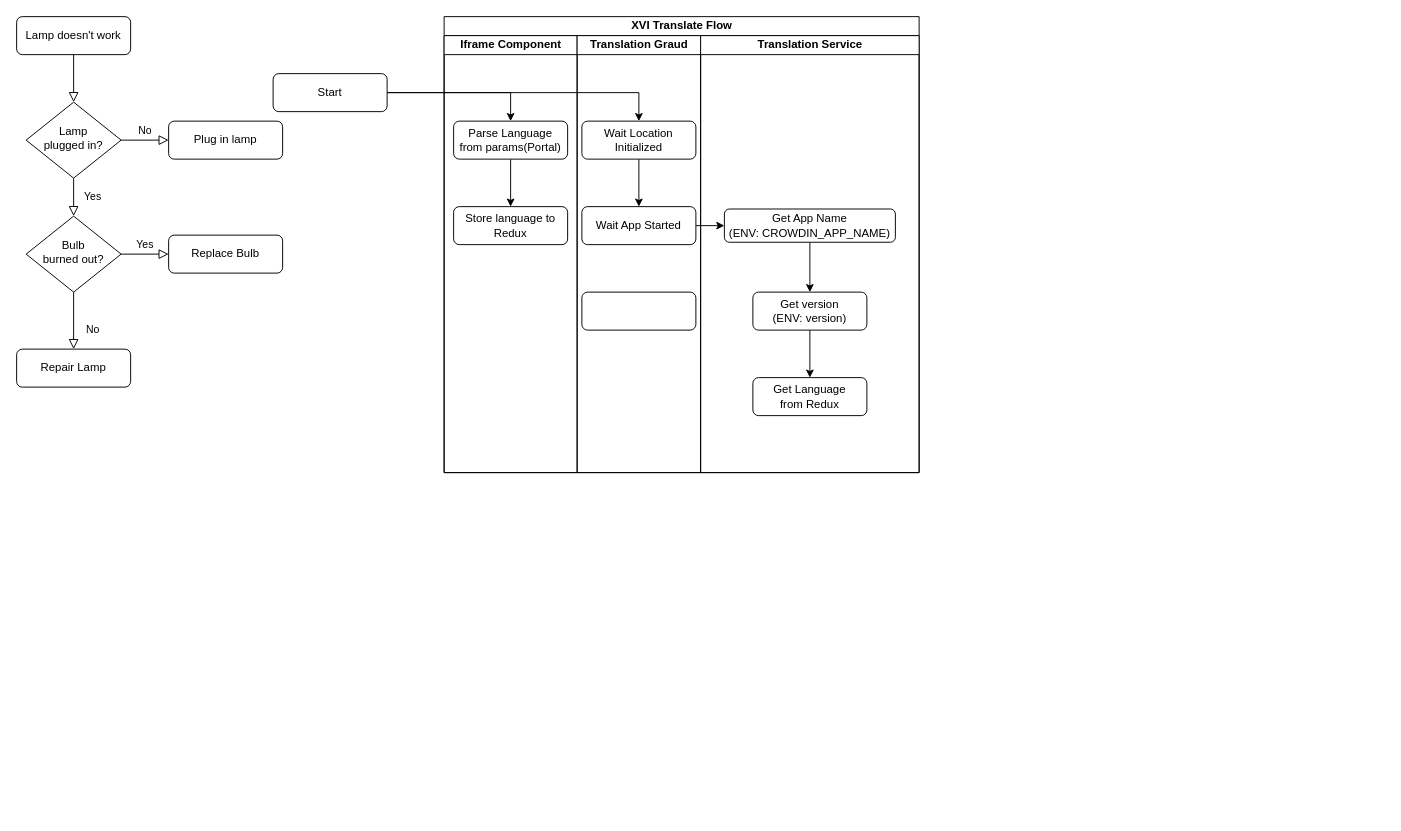
Above: XVI Translate Flow.drawio in SmileSB1O1/draw-active (draw.io), before the change. Source tidied: cells renumbered, new cells numbered last; positions are measured from the earlier drawing's top-left corner, leaving out a move shared by most shapes. Both pictures are drawn from the tidied source at 95%, with x=0, y=0 at pixel (16, 16).
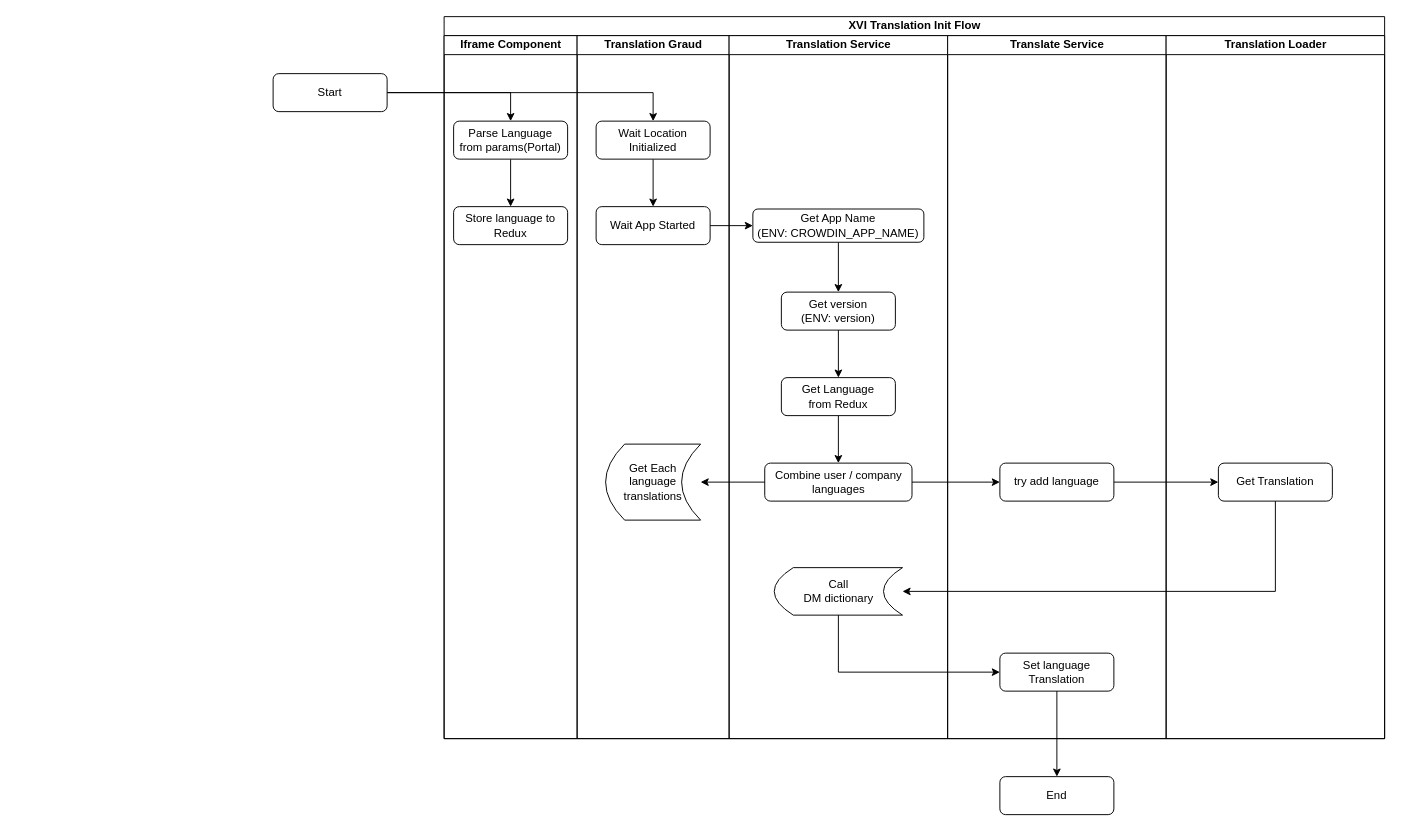
After the change.

Unchanged cells that the change refers to:
```xml
<mxCell id="28" value="Get Language&lt;div&gt;from Redux&lt;/div&gt;" style="rounded=1;whiteSpace=wrap;html=1;fontSize=12;glass=0;strokeWidth=1;shadow=0;" parent="23" vertex="1">
  <mxGeometry x="55" y="360" width="120" height="40" as="geometry" />
</mxCell>
```

Diff of the diagram source:
```diff
@@
-    <mxCell id="2" style="rounded=0;html=1;jettySize=auto;fontSize=11;endArrow=block;endFill=0;endSize=8;strokeWidth=1;shadow=0;labelBackgroundColor=none;edgeStyle=orthogonalEdgeStyle;" parent="1" edge="1" source="3" target="6">
-      <mxGeometry relative="1" as="geometry" />
-    </mxCell>
-    <mxCell id="3" value="Lamp doesn't work" style="rounded=1;whiteSpace=wrap;html=1;fontSize=12;glass=0;strokeWidth=1;shadow=0;" parent="1" vertex="1">
-      <mxGeometry width="120" height="40" as="geometry" />
-    </mxCell>
-    <mxCell id="4" value="Yes" style="rounded=0;html=1;jettySize=auto;fontSize=11;endArrow=block;endFill=0;endSize=8;strokeWidth=1;shadow=0;labelBackgroundColor=none;edgeStyle=orthogonalEdgeStyle;" parent="1" edge="1" source="6" target="10">
-      <mxGeometry y="20" relative="1" as="geometry" />
-    </mxCell>
-    <mxCell id="5" value="No" style="edgeStyle=orthogonalEdgeStyle;rounded=0;html=1;jettySize=auto;fontSize=11;endArrow=block;endFill=0;endSize=8;strokeWidth=1;shadow=0;labelBackgroundColor=none;" parent="1" edge="1" source="6" target="7">
-      <mxGeometry y="10" relative="1" as="geometry" />
-    </mxCell>
-    <mxCell id="6" value="Lamp&lt;br&gt;plugged in?" style="rhombus;whiteSpace=wrap;html=1;shadow=0;fontFamily=Helvetica;fontSize=12;align=center;strokeWidth=1;spacing=6;spacingTop=-4;" parent="1" vertex="1">
-      <mxGeometry x="10" y="90" width="100" height="80" as="geometry" />
-    </mxCell>
-    <mxCell id="7" value="Plug in lamp" style="rounded=1;whiteSpace=wrap;html=1;fontSize=12;glass=0;strokeWidth=1;shadow=0;" parent="1" vertex="1">
-      <mxGeometry x="160" y="110" width="120" height="40" as="geometry" />
-    </mxCell>
-    <mxCell id="8" value="No" style="rounded=0;html=1;jettySize=auto;fontSize=11;endArrow=block;endFill=0;endSize=8;strokeWidth=1;shadow=0;labelBackgroundColor=none;edgeStyle=orthogonalEdgeStyle;" parent="1" edge="1" source="10" target="11">
-      <mxGeometry x="0.33" y="20" relative="1" as="geometry" />
-    </mxCell>
-    <mxCell id="9" value="Yes" style="edgeStyle=orthogonalEdgeStyle;rounded=0;html=1;jettySize=auto;fontSize=11;endArrow=block;endFill=0;endSize=8;strokeWidth=1;shadow=0;labelBackgroundColor=none;" parent="1" edge="1" source="10" target="12">
-      <mxGeometry y="10" relative="1" as="geometry" />
-    </mxCell>
-    <mxCell id="10" value="Bulb&lt;br&gt;burned out?" style="rhombus;whiteSpace=wrap;html=1;shadow=0;fontFamily=Helvetica;fontSize=12;align=center;strokeWidth=1;spacing=6;spacingTop=-4;" parent="1" vertex="1">
-      <mxGeometry x="10" y="210" width="100" height="80" as="geometry" />
-    </mxCell>
-    <mxCell id="11" value="Repair Lamp" style="rounded=1;whiteSpace=wrap;html=1;fontSize=12;glass=0;strokeWidth=1;shadow=0;" parent="1" vertex="1">
-      <mxGeometry y="350" width="120" height="40" as="geometry" />
-    </mxCell>
-    <mxCell id="12" value="Replace Bulb" style="rounded=1;whiteSpace=wrap;html=1;fontSize=12;glass=0;strokeWidth=1;shadow=0;" parent="1" vertex="1">
-      <mxGeometry x="160" y="230" width="120" height="40" as="geometry" />
-    </mxCell>
-    <mxCell id="13" value="XVI Translate Flow" style="swimlane;startSize=20;html=1;" parent="1" vertex="1">
-      <mxGeometry x="450" width="500" height="480" as="geometry" />
+    <mxCell id="13" value="XVI Translation Init Flow" style="swimlane;startSize=20;html=1;" parent="1" vertex="1">
+      <mxGeometry x="450" width="990" height="760" as="geometry" />
     </mxCell>
     <mxCell id="14" value="Iframe Component" style="swimlane;startSize=20;html=1;" parent="13" vertex="1">
-      <mxGeometry y="20" width="140" height="460" as="geometry" />
+      <mxGeometry y="20" width="140" height="740" as="geometry" />
     </mxCell>
@@
     <mxCell id="18" value="Translation Graud" style="swimlane;startSize=20;html=1;" parent="13" vertex="1">
-      <mxGeometry x="140" y="20" width="130" height="460" as="geometry" />
+      <mxGeometry x="140" y="20" width="160" height="740" as="geometry" />
     </mxCell>
@@
     <mxCell id="20" value="Wait Location Initialized" style="rounded=1;whiteSpace=wrap;html=1;fontSize=12;glass=0;strokeWidth=1;shadow=0;" parent="18" vertex="1">
-      <mxGeometry x="5" y="90" width="120" height="40" as="geometry" />
+      <mxGeometry x="20" y="90" width="120" height="40" as="geometry" />
     </mxCell>
     <mxCell id="21" value="Wait App Started" style="rounded=1;whiteSpace=wrap;html=1;fontSize=12;glass=0;strokeWidth=1;shadow=0;" parent="18" vertex="1">
-      <mxGeometry x="5" y="180" width="120" height="40" as="geometry" />
+      <mxGeometry x="20" y="180" width="120" height="40" as="geometry" />
     </mxCell>
-    <mxCell id="22" style="rounded=1;whiteSpace=wrap;html=1;fontSize=12;glass=0;strokeWidth=1;shadow=0;" parent="18" vertex="1">
-      <mxGeometry x="5" y="270" width="120" height="40" as="geometry" />
-    </mxCell>
+    <mxCell id="33" value="Get Each language translations" style="shape=dataStorage;whiteSpace=wrap;html=1;fixedSize=1;" parent="18" vertex="1">
+      <mxGeometry x="30" y="430" width="100" height="80" as="geometry" />
+    </mxCell>
     <mxCell id="23" value="Translation Service" style="swimlane;startSize=20;html=1;" parent="13" vertex="1">
-      <mxGeometry x="270" y="20" width="230" height="460" as="geometry" />
+      <mxGeometry x="300" y="20" width="230" height="740" as="geometry" />
     </mxCell>
@@
+    <mxCell id="34" style="edgeStyle=orthogonalEdgeStyle;rounded=0;jettySize=auto;html=1;exitX=0.5;exitY=1;exitDx=0;exitDy=0;entryX=0.5;entryY=0;entryDx=0;entryDy=0;" parent="23" edge="1" source="28" target="35">
+      <mxGeometry relative="1" as="geometry" />
+    </mxCell>
@@
+    <mxCell id="35" value="Combine user / company&lt;div&gt;languages&lt;/div&gt;" style="rounded=1;whiteSpace=wrap;html=1;fontSize=12;glass=0;strokeWidth=1;shadow=0;" parent="23" vertex="1">
+      <mxGeometry x="37.5" y="450" width="155" height="40" as="geometry" />
+    </mxCell>
+    <mxCell id="36" value="Call&lt;div&gt;DM dictionary&lt;/div&gt;" style="shape=dataStorage;whiteSpace=wrap;html=1;fixedSize=1;" parent="23" vertex="1">
+      <mxGeometry x="47.5" y="560" width="135" height="50" as="geometry" />
+    </mxCell>
@@
+    <mxCell id="37" style="edgeStyle=orthogonalEdgeStyle;rounded=0;jettySize=auto;html=1;exitX=0;exitY=0.5;exitDx=0;exitDy=0;entryX=1;entryY=0.5;entryDx=0;entryDy=0;" parent="13" edge="1" source="35" target="33">
+      <mxGeometry relative="1" as="geometry" />
+    </mxCell>
+    <mxCell id="38" value="Translate Service" style="swimlane;startSize=20;html=1;" parent="13" vertex="1">
+      <mxGeometry x="530" y="20" width="230" height="740" as="geometry" />
+    </mxCell>
+    <mxCell id="39" value="try add language" style="rounded=1;whiteSpace=wrap;html=1;fontSize=12;glass=0;strokeWidth=1;shadow=0;" parent="38" vertex="1">
+      <mxGeometry x="55" y="450" width="120" height="40" as="geometry" />
+    </mxCell>
+    <mxCell id="40" value="Set language Translation" style="rounded=1;whiteSpace=wrap;html=1;fontSize=12;glass=0;strokeWidth=1;shadow=0;" parent="38" vertex="1">
+      <mxGeometry x="55" y="650" width="120" height="40" as="geometry" />
+    </mxCell>
+    <mxCell id="41" style="edgeStyle=orthogonalEdgeStyle;rounded=0;jettySize=auto;html=1;exitX=1;exitY=0.5;exitDx=0;exitDy=0;entryX=0;entryY=0.5;entryDx=0;entryDy=0;" parent="13" edge="1" source="35" target="39">
+      <mxGeometry relative="1" as="geometry" />
+    </mxCell>
+    <mxCell id="42" value="Translation Loader" style="swimlane;startSize=20;html=1;" parent="13" vertex="1">
+      <mxGeometry x="760" y="20" width="230" height="740" as="geometry" />
+    </mxCell>
+    <mxCell id="43" value="Get Translation" style="rounded=1;whiteSpace=wrap;html=1;fontSize=12;glass=0;strokeWidth=1;shadow=0;" parent="42" vertex="1">
+      <mxGeometry x="55" y="450" width="120" height="40" as="geometry" />
+    </mxCell>
+    <mxCell id="44" style="edgeStyle=orthogonalEdgeStyle;rounded=0;jettySize=auto;html=1;exitX=1;exitY=0.5;exitDx=0;exitDy=0;entryX=0;entryY=0.5;entryDx=0;entryDy=0;" parent="13" edge="1" source="39" target="43">
+      <mxGeometry relative="1" as="geometry" />
+    </mxCell>
+    <mxCell id="45" style="edgeStyle=orthogonalEdgeStyle;rounded=0;jettySize=auto;html=1;exitX=0.5;exitY=1;exitDx=0;exitDy=0;entryX=1;entryY=0.5;entryDx=0;entryDy=0;" parent="13" edge="1" source="43" target="36">
+      <mxGeometry relative="1" as="geometry" />
+    </mxCell>
+    <mxCell id="46" style="edgeStyle=orthogonalEdgeStyle;rounded=0;jettySize=auto;html=1;exitX=0.5;exitY=1;exitDx=0;exitDy=0;entryX=0;entryY=0.5;entryDx=0;entryDy=0;" parent="13" edge="1" source="36" target="40">
+      <mxGeometry relative="1" as="geometry" />
+    </mxCell>
@@
+    <mxCell id="47" value="End" style="rounded=1;whiteSpace=wrap;html=1;fontSize=12;glass=0;strokeWidth=1;shadow=0;" parent="1" vertex="1">
+      <mxGeometry x="1035" y="800" width="120" height="40" as="geometry" />
+    </mxCell>
+    <mxCell id="48" style="edgeStyle=orthogonalEdgeStyle;rounded=0;jettySize=auto;html=1;exitX=0.5;exitY=1;exitDx=0;exitDy=0;entryX=0.5;entryY=0;entryDx=0;entryDy=0;" parent="1" edge="1" source="40" target="47">
+      <mxGeometry relative="1" as="geometry" />
+    </mxCell>
```
